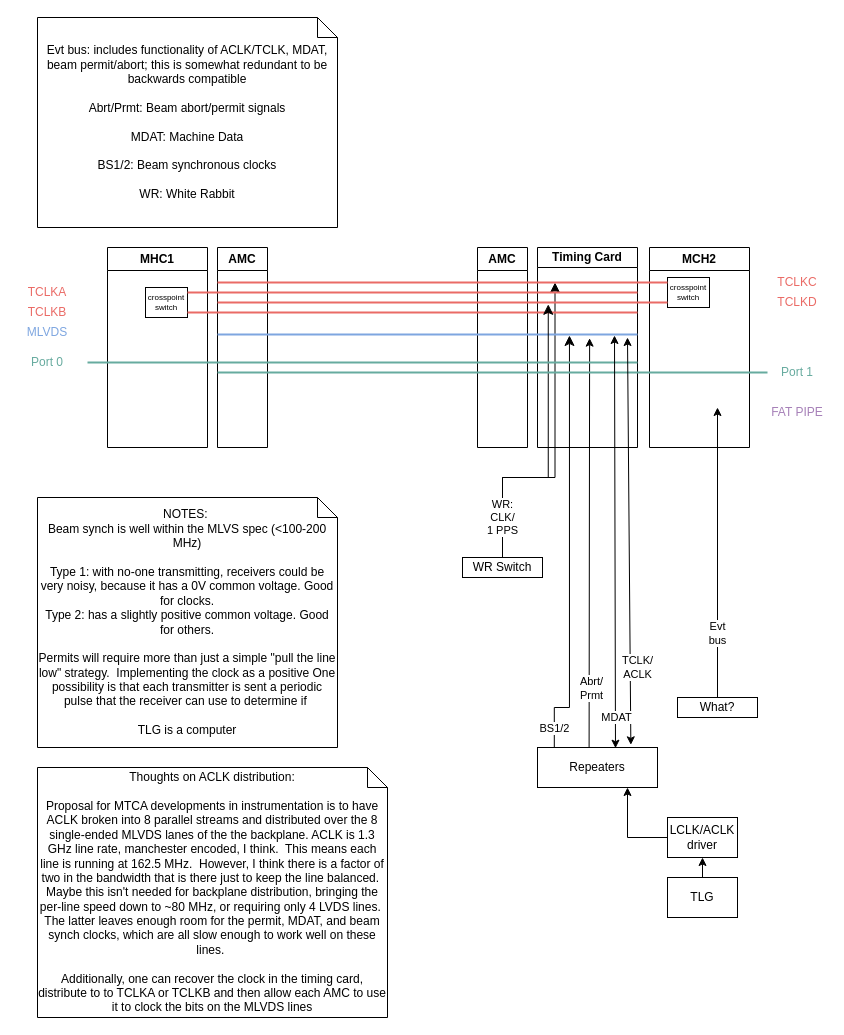
Before: ACORN_DAC_timing.drawio in awhitbeck/drawio, a draw.io diagram. Source tidied: cells renumbered, new cells numbered last; positions are measured from the earlier drawing's top-left corner, leaving out a move shared by most shapes. Both pictures are drawn from the tidied source at 100%, with x=0, y=0 at pixel (17, 17).
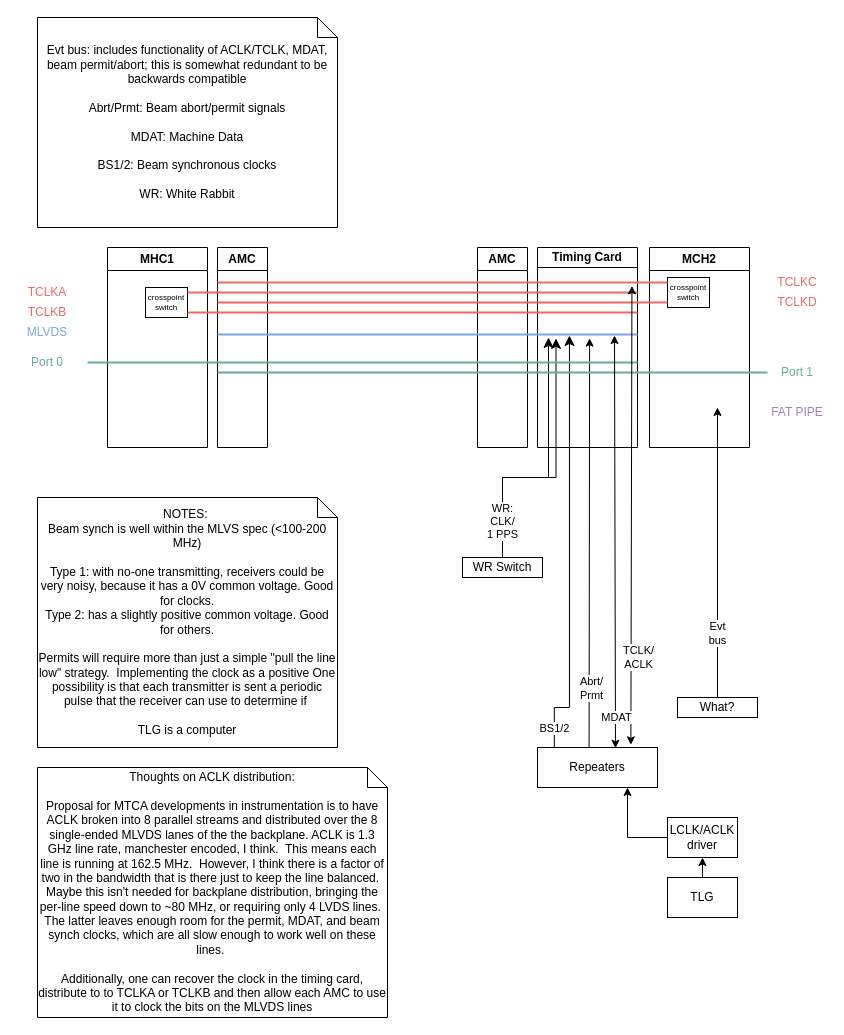
After the change.

The change refers to these unchanged cells:
```xml
<mxCell id="15" style="line;strokeWidth=2;html=1;strokeColor=#EA6B66;" parent="1" vertex="1">
  <mxGeometry x="200" y="280" width="450" height="10" as="geometry" />
</mxCell>
<mxCell id="16" style="line;strokeWidth=2;html=1;strokeColor=#EA6B66;" parent="1" vertex="1">
  <mxGeometry x="200" y="260" width="450" height="10" as="geometry" />
</mxCell>
<mxCell id="19" style="line;strokeWidth=2;html=1;strokeColor=#7EA6E0;fontColor=#7EA6E0;" parent="1" vertex="1">
  <mxGeometry x="200" y="312" width="420" height="10" as="geometry" />
</mxCell>
<mxCell id="30" value="WR Switch" style="rounded=0;whiteSpace=wrap;html=1;" parent="1" vertex="1">
  <mxGeometry x="445" y="540" width="80" height="20" as="geometry" />
</mxCell>
<mxCell id="31" value="Repeaters" style="rounded=0;whiteSpace=wrap;html=1;points=[[0,0,0,0,0],[0,0.25,0,0,0],[0,0.5,0,0,0],[0,0.75,0,0,0],[0,1,0,0,0],[0.14,0,0,0,0],[0.25,1,0,0,0],[0.29,0,0,0,0],[0.43,0,0,0,0],[0.5,1,0,0,0],[0.57,0,0,0,0],[0.71,0,0,0,0],[0.75,1,0,0,0],[0.86,0,0,0,0],[1,0,0,0,0],[1,0.25,0,0,0],[1,0.5,0,0,0],[1,0.75,0,0,0],[1,1,0,0,0]];" parent="1" vertex="1">
  <mxGeometry x="520" y="730" width="120" height="40" as="geometry" />
</mxCell>
```

What changed in the source:
```diff
@@
-    <mxCell id="7" style="edgeStyle=elbowEdgeStyle;elbow=vertical;endArrow=classic;html=1;curved=0;rounded=0;endSize=8;startSize=8;exitX=0.5;exitY=0;exitDx=0;exitDy=0;entryX=0.75;entryY=0.5;entryDx=0;entryDy=0;entryPerimeter=0;" parent="1" edge="1" target="16">
+    <mxCell id="7" style="edgeStyle=elbowEdgeStyle;elbow=vertical;endArrow=classic;html=1;curved=0;rounded=0;endSize=8;startSize=8;exitX=0.5;exitY=0;exitDx=0;exitDy=0;entryX=0.806;entryY=0.89;entryDx=0;entryDy=0;entryPerimeter=0;" parent="1" edge="1" target="19">
       <mxGeometry x="-0.73" relative="1" as="geometry">
         <mxPoint x="485" y="540" as="sourcePoint" />
         <Array as="points">
           <mxPoint x="520" y="460" />
         </Array>
       </mxGeometry>
     </mxCell>
@@
-    <mxCell id="21" value="WR: &lt;br&gt;CLK/&lt;br&gt;1 PPS" style="edgeStyle=elbowEdgeStyle;elbow=vertical;endArrow=classic;html=1;curved=0;rounded=0;endSize=8;startSize=8;exitX=0.5;exitY=0;exitDx=0;exitDy=0;entryX=0.735;entryY=0.681;entryDx=0;entryDy=0;entryPerimeter=0;" parent="1" edge="1" source="30" target="15">
+    <mxCell id="21" value="WR: &lt;br&gt;CLK/&lt;br&gt;1 PPS" style="edgeStyle=elbowEdgeStyle;elbow=vertical;endArrow=classic;html=1;curved=0;rounded=0;endSize=8;startSize=8;exitX=0.5;exitY=0;exitDx=0;exitDy=0;" parent="1" edge="1" source="30">
       <mxGeometry x="-0.73" relative="1" as="geometry">
+        <mxPoint x="531" y="320" as="targetPoint" />
         <Array as="points">
           <mxPoint x="520" y="460" />
         </Array>
       </mxGeometry>
     </mxCell>
@@
-    <mxCell id="27" value="TCLK/&lt;br&gt;ACLK" style="endArrow=classic;html=1;rounded=0;exitX=0.778;exitY=-0.067;exitDx=0;exitDy=0;exitPerimeter=0;startArrow=classic;startFill=1;" parent="1" edge="1" source="31">
-      <mxGeometry x="-0.62" y="-7" relative="1" as="geometry">
-        <mxPoint x="610" y="320" as="targetPoint" />
-      </mxGeometry>
+    <mxCell id="27" value="TCLK/&lt;br&gt;ACLK" style="endArrow=classic;html=1;rounded=0;exitX=0.778;exitY=-0.067;exitDx=0;exitDy=0;exitPerimeter=0;startArrow=classic;startFill=1;entryX=0.921;entryY=0.835;entryDx=0;entryDy=0;entryPerimeter=0;" parent="1" edge="1" source="31" target="16">
+      <mxGeometry x="-0.62" y="-7" relative="1" as="geometry" />
     </mxCell>
```
